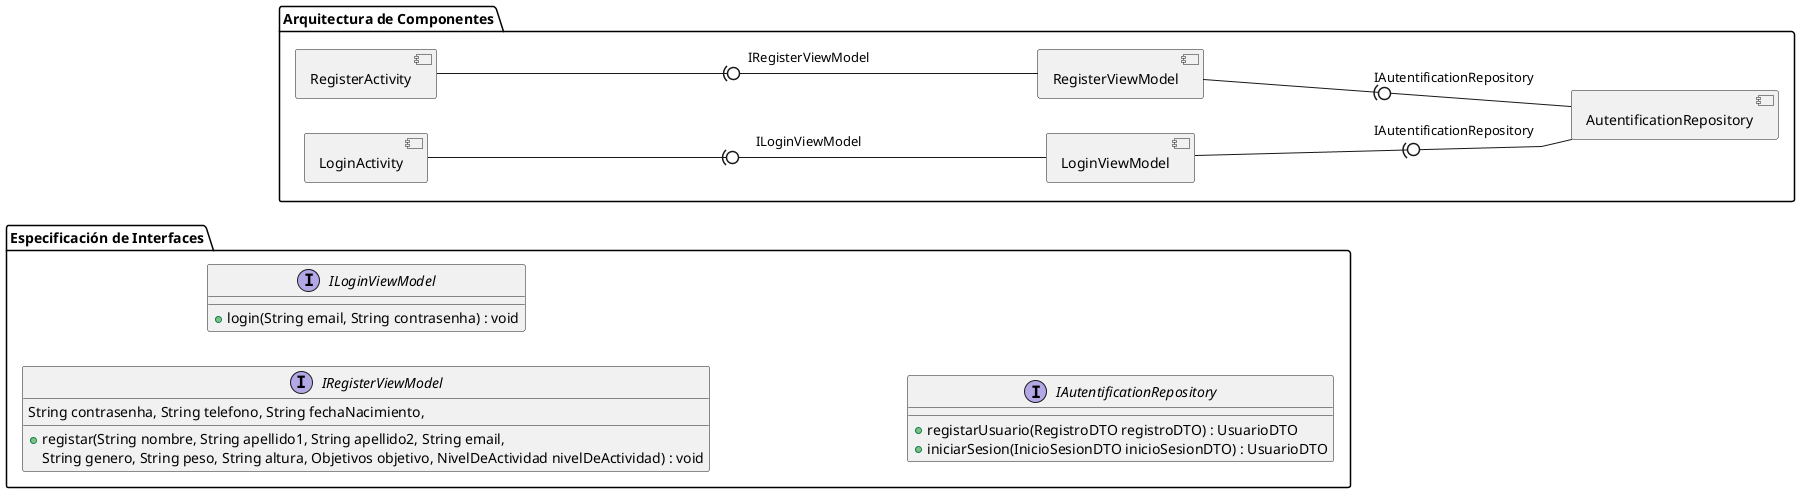
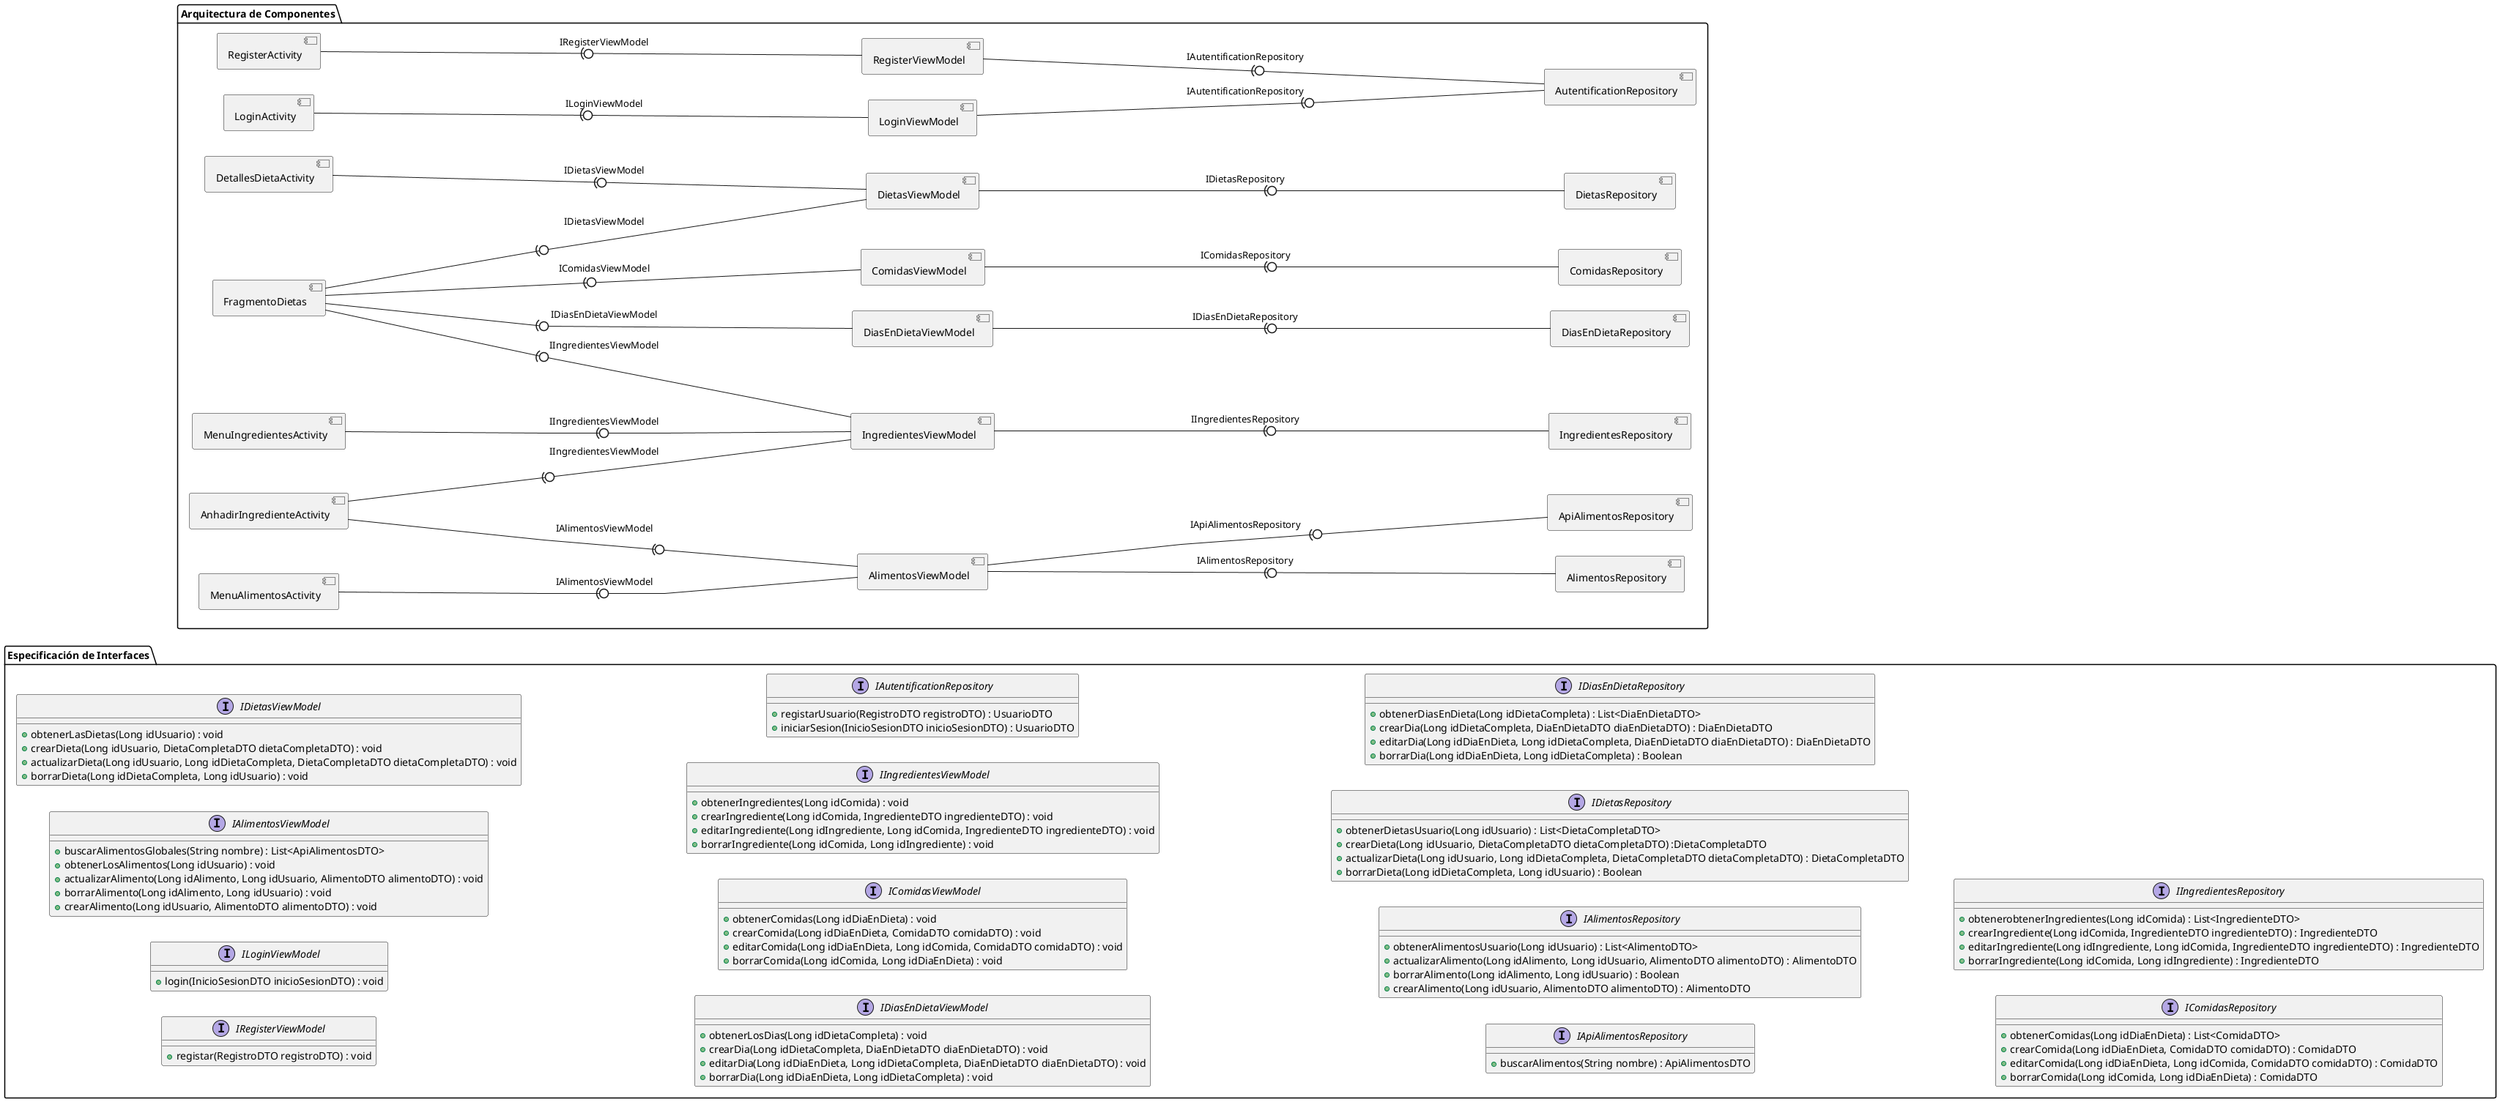
@startuml
skinparam linetype polyline
allow_mixing
left to right direction

package "Arquitectura de Componentes" {

    component "RegisterActivity"
    component "RegisterViewModel"
    component "AutentificationRepository"

    component "LoginActivity"
    component "LoginViewModel"

+     component "MenuAlimentosActivity"
+     component "AlimentosViewModel"
+     component "AlimentosRepository"
+     component "ApiAlimentosRepository"
+ 
+     component "FragmentoDietas"
+     component "DetallesDietaActivity"
+     component "DietasViewModel"
+     component "DietasRepository"
+ 
+     component "DiasEnDietaViewModel"
+     component "DiasEnDietaRepository"
+ 
+     component "ComidasViewModel"
+     component "ComidasRepository"
+ 
+     component "MenuIngredientesActivity"
+     component "AnhadirIngredienteActivity"
+     component "IngredientesViewModel"
+     component "IngredientesRepository"
+ 
    RegisterActivity -(0- RegisterViewModel : IRegisterViewModel
    RegisterViewModel -(0- AutentificationRepository : IAutentificationRepository

    LoginActivity -(0- LoginViewModel : ILoginViewModel
    LoginViewModel -(0- AutentificationRepository : IAutentificationRepository
+ 
+     MenuAlimentosActivity -(0- AlimentosViewModel : IAlimentosViewModel
+     AlimentosViewModel -(0- AlimentosRepository : IAlimentosRepository
+     AlimentosViewModel -(0- ApiAlimentosRepository : IApiAlimentosRepository
+ 
+     FragmentoDietas -(0- DietasViewModel : IDietasViewModel
+     DetallesDietaActivity -(0- DietasViewModel : IDietasViewModel
+     DietasViewModel -(0- DietasRepository : IDietasRepository
+ 
+     FragmentoDietas -(0- DiasEnDietaViewModel : IDiasEnDietaViewModel
+     DiasEnDietaViewModel -(0- DiasEnDietaRepository : IDiasEnDietaRepository
+ 
+     FragmentoDietas -(0- ComidasViewModel : IComidasViewModel
+     ComidasViewModel -(0- ComidasRepository : IComidasRepository
+ 
+     FragmentoDietas -(0- IngredientesViewModel : IIngredientesViewModel
+     IngredientesViewModel -(0- IngredientesRepository : IIngredientesRepository
+ 
+     MenuIngredientesActivity -(0- IngredientesViewModel : IIngredientesViewModel
+ 
+     AnhadirIngredienteActivity -(0- AlimentosViewModel : IAlimentosViewModel
+     AnhadirIngredienteActivity -(0- IngredientesViewModel : IIngredientesViewModel
}

package "Especificación de Interfaces" {


    interface IRegisterViewModel {
-         + registar(String nombre, String apellido1, String apellido2, String email,
-                     String contrasenha, String telefono, String fechaNacimiento,
-                     String genero, String peso, String altura, Objetivos objetivo, NivelDeActividad nivelDeActividad) : void
+         + registar(RegistroDTO registroDTO) : void
    }

    interface ILoginViewModel {
-         + login(String email, String contrasenha) : void
+         + login(InicioSesionDTO inicioSesionDTO) : void
+     }
+ 
+     interface IAlimentosViewModel {
+         + buscarAlimentosGlobales(String nombre) : List<ApiAlimentosDTO>
+         + obtenerLosAlimentos(Long idUsuario) : void
+         + actualizarAlimento(Long idAlimento, Long idUsuario, AlimentoDTO alimentoDTO) : void
+         + borrarAlimento(Long idAlimento, Long idUsuario) : void
+         + crearAlimento(Long idUsuario, AlimentoDTO alimentoDTO) : void
+     }
+ 
+     interface IDietasViewModel {
+         + obtenerLasDietas(Long idUsuario) : void
+         + crearDieta(Long idUsuario, DietaCompletaDTO dietaCompletaDTO) : void
+         + actualizarDieta(Long idUsuario, Long idDietaCompleta, DietaCompletaDTO dietaCompletaDTO) : void
+         + borrarDieta(Long idDietaCompleta, Long idUsuario) : void
+     }
+ 
+     interface IDiasEnDietaViewModel {
+         + obtenerLosDias(Long idDietaCompleta) : void
+         + crearDia(Long idDietaCompleta, DiaEnDietaDTO diaEnDietaDTO) : void
+         + editarDia(Long idDiaEnDieta, Long idDietaCompleta, DiaEnDietaDTO diaEnDietaDTO) : void
+         + borrarDia(Long idDiaEnDieta, Long idDietaCompleta) : void
+     }
+ 
+     interface IComidasViewModel {
+         + obtenerComidas(Long idDiaEnDieta) : void
+         + crearComida(Long idDiaEnDieta, ComidaDTO comidaDTO) : void
+         + editarComida(Long idDiaEnDieta, Long idComida, ComidaDTO comidaDTO) : void
+         + borrarComida(Long idComida, Long idDiaEnDieta) : void
+     }
+ 
+     interface IIngredientesViewModel {
+         + obtenerIngredientes(Long idComida) : void
+         + crearIngrediente(Long idComida, IngredienteDTO ingredienteDTO) : void
+         + editarIngrediente(Long idIngrediente, Long idComida, IngredienteDTO ingredienteDTO) : void
+         + borrarIngrediente(Long idComida, Long idIngrediente) : void
    }


    interface IAutentificationRepository {
        + registarUsuario(RegistroDTO registroDTO) : UsuarioDTO
        + iniciarSesion(InicioSesionDTO inicioSesionDTO) : UsuarioDTO
    }

+     interface IApiAlimentosRepository {
+         + buscarAlimentos(String nombre) : ApiAlimentosDTO
+     }
+ 
+     interface IAlimentosRepository {
+         + obtenerAlimentosUsuario(Long idUsuario) : List<AlimentoDTO>
+         + actualizarAlimento(Long idAlimento, Long idUsuario, AlimentoDTO alimentoDTO) : AlimentoDTO
+         + borrarAlimento(Long idAlimento, Long idUsuario) : Boolean
+         + crearAlimento(Long idUsuario, AlimentoDTO alimentoDTO) : AlimentoDTO
+     }
+ 
+     interface IDietasRepository {
+         + obtenerDietasUsuario(Long idUsuario) : List<DietaCompletaDTO>
+         + crearDieta(Long idUsuario, DietaCompletaDTO dietaCompletaDTO) :DietaCompletaDTO
+         + actualizarDieta(Long idUsuario, Long idDietaCompleta, DietaCompletaDTO dietaCompletaDTO) : DietaCompletaDTO
+         + borrarDieta(Long idDietaCompleta, Long idUsuario) : Boolean
+     }
+ 
+     interface IDiasEnDietaRepository {
+         + obtenerDiasEnDieta(Long idDietaCompleta) : List<DiaEnDietaDTO>
+         + crearDia(Long idDietaCompleta, DiaEnDietaDTO diaEnDietaDTO) : DiaEnDietaDTO
+         + editarDia(Long idDiaEnDieta, Long idDietaCompleta, DiaEnDietaDTO diaEnDietaDTO) : DiaEnDietaDTO
+         + borrarDia(Long idDiaEnDieta, Long idDietaCompleta) : Boolean
+     }
+ 
+     interface IComidasRepository {
+         + obtenerComidas(Long idDiaEnDieta) : List<ComidaDTO>
+         + crearComida(Long idDiaEnDieta, ComidaDTO comidaDTO) : ComidaDTO
+         + editarComida(Long idDiaEnDieta, Long idComida, ComidaDTO comidaDTO) : ComidaDTO
+         + borrarComida(Long idComida, Long idDiaEnDieta) : ComidaDTO
+     }
+ 
+     interface IIngredientesRepository {
+         + obtenerobtenerIngredientes(Long idComida) : List<IngredienteDTO>
+         + crearIngrediente(Long idComida, IngredienteDTO ingredienteDTO) : IngredienteDTO
+         + editarIngrediente(Long idIngrediente, Long idComida, IngredienteDTO ingredienteDTO) : IngredienteDTO
+         + borrarIngrediente(Long idComida, Long idIngrediente) : IngredienteDTO
+     }
+ 
}

@enduml

